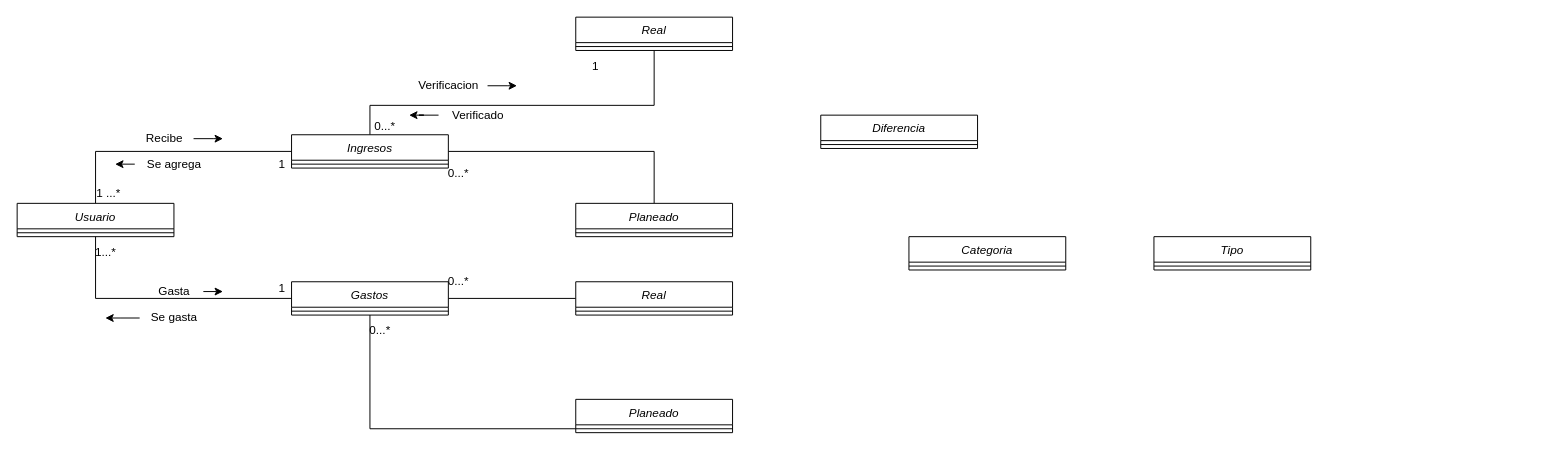
Above: page "Anemico" (1 of 3) of Modelo de dominio.drawio in DOOPan2022/Presupuesto (draw.io), before the change. Source tidied: cells renumbered, new cells numbered last; positions are measured from the earlier drawing's top-left corner, leaving out a move shared by most shapes. Both pictures are drawn from the tidied source at 98%, with x=0, y=0 at pixel (17, 17).
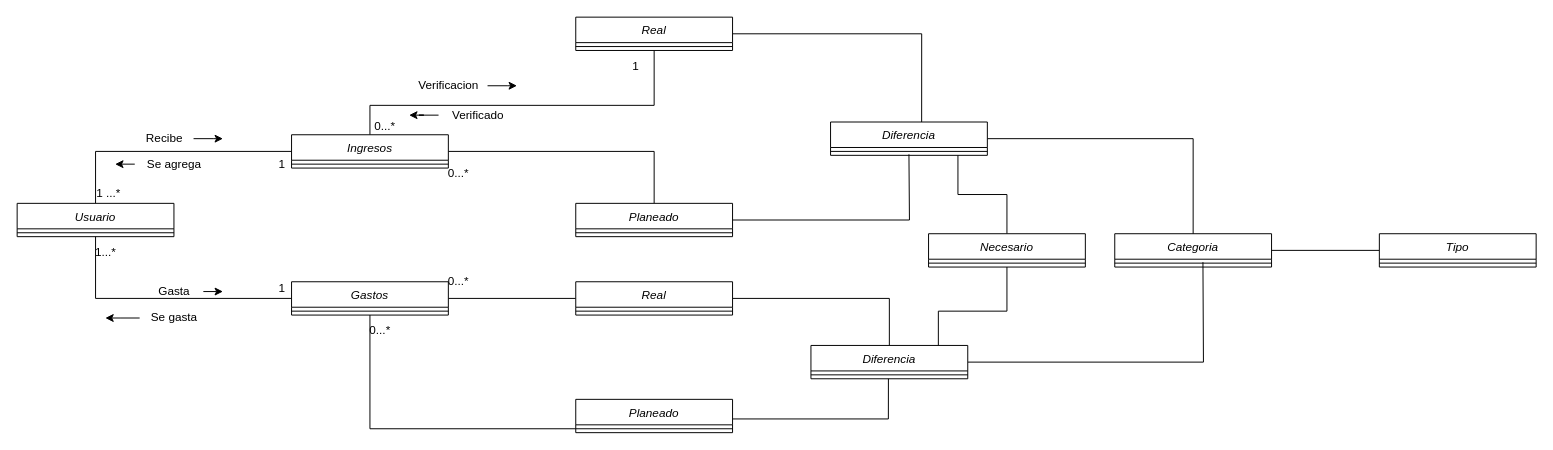
Above is the later version.

The change refers to these unchanged cells:
```xml
<mxCell id="14" value="Planeado" style="swimlane;fontStyle=2;align=center;verticalAlign=top;horizontal=1;startSize=26;rounded=0;shadow=0;strokeWidth=1;" parent="1" vertex="1">
  <mxGeometry x="570" y="190" width="160" height="34" as="geometry" />
</mxCell>
<mxCell id="16" value="Real" style="swimlane;fontStyle=2;align=center;verticalAlign=top;horizontal=1;startSize=26;rounded=0;shadow=0;strokeWidth=1;" parent="1" vertex="1">
  <mxGeometry x="570" width="160" height="34" as="geometry" />
</mxCell>
<mxCell id="24" value="Planeado" style="swimlane;fontStyle=2;align=center;verticalAlign=top;horizontal=1;startSize=26;rounded=0;shadow=0;strokeWidth=1;" parent="1" vertex="1">
  <mxGeometry x="570" y="390" width="160" height="34" as="geometry" />
</mxCell>
<mxCell id="26" value="Real" style="swimlane;fontStyle=2;align=center;verticalAlign=top;horizontal=1;startSize=26;rounded=0;shadow=0;strokeWidth=1;" parent="1" vertex="1">
  <mxGeometry x="570" y="270" width="160" height="34" as="geometry" />
</mxCell>
```

Diff of the diagram source:
```diff
@@
+    <mxCell id="49" style="edgeStyle=orthogonalEdgeStyle;rounded=0;jettySize=auto;html=1;endArrow=none;endFill=0;" parent="1" edge="1" source="14">
+      <mxGeometry relative="1" as="geometry">
+        <mxPoint x="910" y="140" as="targetPoint" />
+      </mxGeometry>
+    </mxCell>
@@
+    <mxCell id="50" style="edgeStyle=orthogonalEdgeStyle;rounded=0;jettySize=auto;html=1;entryX=0.581;entryY=0;entryDx=0;entryDy=0;entryPerimeter=0;endArrow=none;endFill=0;" parent="1" edge="1" source="16" target="22">
+      <mxGeometry relative="1" as="geometry" />
+    </mxCell>
@@
+    <mxCell id="51" style="edgeStyle=orthogonalEdgeStyle;rounded=0;jettySize=auto;html=1;endArrow=none;endFill=0;" parent="1" edge="1" source="18" target="20">
+      <mxGeometry relative="1" as="geometry" />
+    </mxCell>
     <mxCell id="18" value="Categoria" style="swimlane;fontStyle=2;align=center;verticalAlign=top;horizontal=1;startSize=26;rounded=0;shadow=0;strokeWidth=1;" parent="1" vertex="1">
-      <mxGeometry x="910" y="224" width="160" height="34" as="geometry" />
+      <mxGeometry x="1120" y="221" width="160" height="34" as="geometry" />
     </mxCell>
@@
     <mxCell id="20" value="Tipo" style="swimlane;fontStyle=2;align=center;verticalAlign=top;horizontal=1;startSize=26;rounded=0;shadow=0;strokeWidth=1;" parent="1" vertex="1">
-      <mxGeometry x="1160" y="224" width="160" height="34" as="geometry" />
+      <mxGeometry x="1390" y="221" width="160" height="34" as="geometry" />
     </mxCell>
@@
+    <mxCell id="52" style="edgeStyle=orthogonalEdgeStyle;rounded=0;jettySize=auto;html=1;endArrow=none;endFill=0;" parent="1" edge="1" source="22" target="18">
+      <mxGeometry relative="1" as="geometry" />
+    </mxCell>
+    <mxCell id="53" style="edgeStyle=orthogonalEdgeStyle;rounded=0;jettySize=auto;html=1;endArrow=none;endFill=0;" parent="1" edge="1" source="22" target="60">
+      <mxGeometry relative="1" as="geometry">
+        <Array as="points">
+          <mxPoint x="960" y="181" />
+          <mxPoint x="1010" y="181" />
+        </Array>
+      </mxGeometry>
+    </mxCell>
     <mxCell id="22" value="Diferencia" style="swimlane;fontStyle=2;align=center;verticalAlign=top;horizontal=1;startSize=26;rounded=0;shadow=0;strokeWidth=1;" parent="1" vertex="1">
-      <mxGeometry x="820" y="100" width="160" height="34" as="geometry" />
+      <mxGeometry x="830" y="107" width="160" height="34" as="geometry" />
     </mxCell>
@@
+    <mxCell id="54" style="edgeStyle=orthogonalEdgeStyle;rounded=0;jettySize=auto;html=1;entryX=0.494;entryY=1;entryDx=0;entryDy=0;entryPerimeter=0;endArrow=none;endFill=0;" parent="1" edge="1" source="24" target="59">
+      <mxGeometry relative="1" as="geometry">
+        <Array as="points">
+          <mxPoint x="889" y="410" />
+        </Array>
+      </mxGeometry>
+    </mxCell>
@@
+    <mxCell id="55" style="edgeStyle=orthogonalEdgeStyle;rounded=0;jettySize=auto;html=1;entryX=0.5;entryY=0;entryDx=0;entryDy=0;endArrow=none;endFill=0;" parent="1" edge="1" source="26" target="58">
+      <mxGeometry relative="1" as="geometry" />
+    </mxCell>
@@
     <mxCell id="35" value="1" style="text;html=1;align=center;verticalAlign=middle;strokeColor=none;fillColor=none;" parent="1" vertex="1">
-      <mxGeometry x="575" y="35" width="30" height="30" as="geometry" />
+      <mxGeometry x="616" y="35" width="30" height="30" as="geometry" />
     </mxCell>
@@
+    <mxCell id="56" style="edgeStyle=orthogonalEdgeStyle;rounded=0;jettySize=auto;html=1;endArrow=none;endFill=0;" parent="1" edge="1" source="58">
+      <mxGeometry relative="1" as="geometry">
+        <mxPoint x="1210" y="250" as="targetPoint" />
+      </mxGeometry>
+    </mxCell>
+    <mxCell id="57" style="edgeStyle=orthogonalEdgeStyle;rounded=0;jettySize=auto;html=1;entryX=0.5;entryY=1;entryDx=0;entryDy=0;endArrow=none;endFill=0;" parent="1" edge="1" source="58" target="60">
+      <mxGeometry relative="1" as="geometry">
+        <Array as="points">
+          <mxPoint x="940" y="300" />
+          <mxPoint x="1010" y="300" />
+        </Array>
+      </mxGeometry>
+    </mxCell>
+    <mxCell id="58" value="Diferencia" style="swimlane;fontStyle=2;align=center;verticalAlign=top;horizontal=1;startSize=26;rounded=0;shadow=0;strokeWidth=1;" parent="1" vertex="1">
+      <mxGeometry x="810" y="335" width="160" height="34" as="geometry" />
+    </mxCell>
+    <mxCell id="59" style="line;html=1;strokeWidth=1;align=left;verticalAlign=middle;spacingTop=-1;spacingLeft=3;spacingRight=3;labelPosition=right;points=[];portConstraint=eastwest;" parent="58" vertex="1">
+      <mxGeometry y="26" width="160" height="8" as="geometry" />
+    </mxCell>
+    <mxCell id="60" value="Necesario" style="swimlane;fontStyle=2;align=center;verticalAlign=top;horizontal=1;startSize=26;rounded=0;shadow=0;strokeWidth=1;" parent="1" vertex="1">
+      <mxGeometry x="930" y="221" width="160" height="34" as="geometry" />
+    </mxCell>
+    <mxCell id="61" style="line;html=1;strokeWidth=1;align=left;verticalAlign=middle;spacingTop=-1;spacingLeft=3;spacingRight=3;labelPosition=right;" parent="60" vertex="1">
+      <mxGeometry y="26" width="160" height="8" as="geometry" />
+    </mxCell>
```
